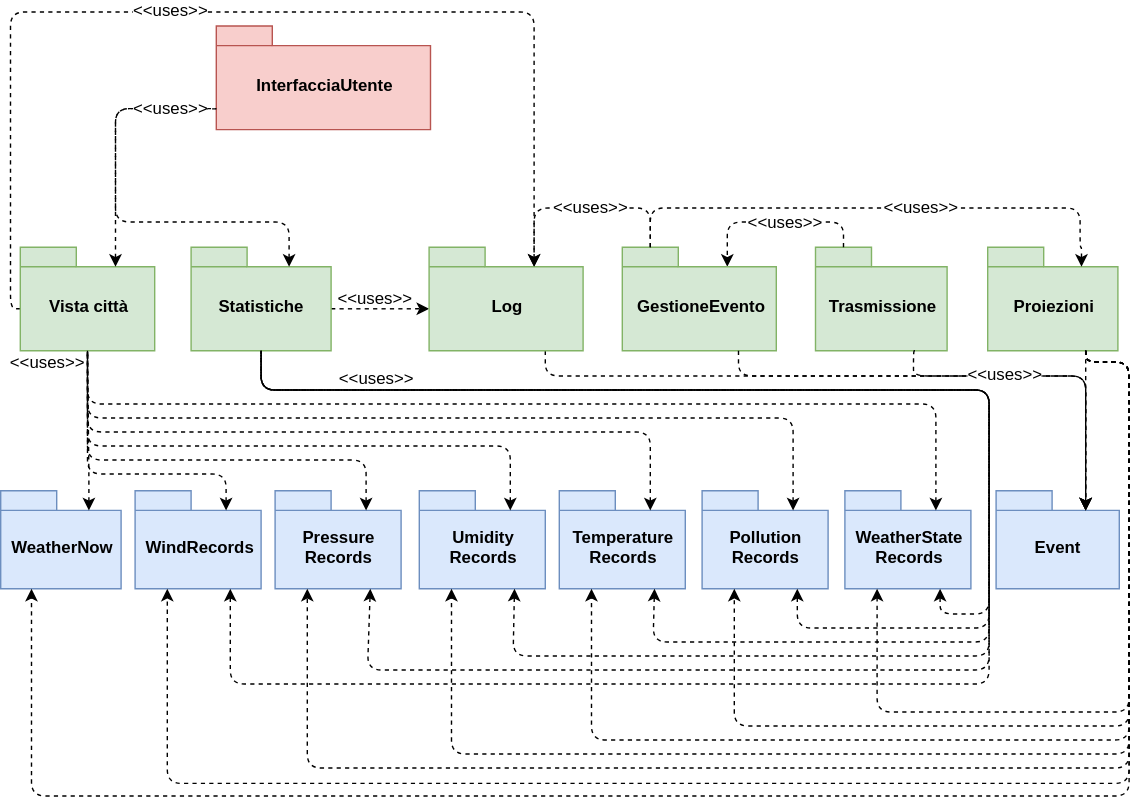
Earlier version of the draw.io export resources/StrutturaPackage.svg (Leaaaf/weatherment.io). Source tidied: cells renumbered, new cells last; positions are measured from the earlier drawing's top-left corner, leaving out a move shared by most shapes.
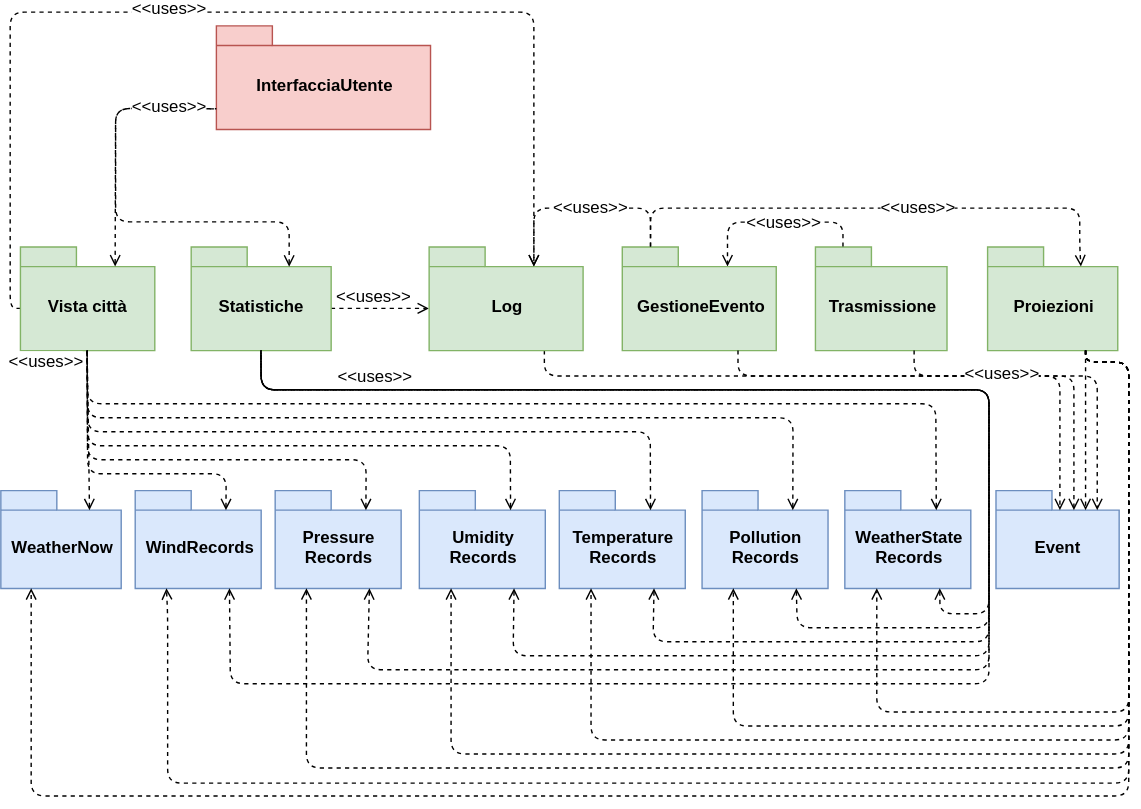
The same file after the commit.

What changed in the source:
```diff
@@ -4,3 +4,3 @@
     <mxCell id="1" parent="0" />
-    <mxCell id="2" style="edgeStyle=orthogonalEdgeStyle;rounded=1;jettySize=auto;html=1;exitX=0;exitY=0.595;exitDx=0;exitDy=0;exitPerimeter=0;entryX=0;entryY=0;entryDx=75;entryDy=14;entryPerimeter=0;dashed=1;startArrow=none;startFill=0;endArrow=classic;endFill=1;" parent="1" edge="1" source="3" target="21">
+    <mxCell id="2" style="edgeStyle=orthogonalEdgeStyle;rounded=1;jettySize=auto;html=1;exitX=0;exitY=0.595;exitDx=0;exitDy=0;exitPerimeter=0;entryX=0;entryY=0;entryDx=75;entryDy=14;entryPerimeter=0;dashed=1;startArrow=none;startFill=0;endArrow=open;endFill=0;" parent="1" edge="1" source="3" target="21">
       <mxGeometry relative="1" as="geometry">
@@ -16,3 +16,3 @@
     </mxCell>
-    <mxCell id="4" style="edgeStyle=orthogonalEdgeStyle;rounded=1;jettySize=auto;html=1;exitX=0;exitY=0;exitDx=100;exitDy=44;exitPerimeter=0;entryX=0;entryY=0;entryDx=0;entryDy=44;entryPerimeter=0;dashed=1;startArrow=none;startFill=0;endArrow=classic;endFill=1;" parent="1" edge="1" source="6" target="21">
+    <mxCell id="4" style="edgeStyle=orthogonalEdgeStyle;rounded=1;jettySize=auto;html=1;exitX=0;exitY=0;exitDx=100;exitDy=44;exitPerimeter=0;entryX=0;entryY=0;entryDx=0;entryDy=44;entryPerimeter=0;dashed=1;startArrow=none;startFill=0;endArrow=open;endFill=0;" parent="1" edge="1" source="6" target="21">
       <mxGeometry relative="1" as="geometry" />
@@ -57,3 +57,3 @@
     </mxCell>
-    <mxCell id="17" style="edgeStyle=orthogonalEdgeStyle;rounded=1;jettySize=auto;html=1;exitX=0;exitY=0;exitDx=20;exitDy=0;exitPerimeter=0;entryX=0;entryY=0;entryDx=75;entryDy=14;entryPerimeter=0;dashed=1;startArrow=none;startFill=0;endArrow=classic;endFill=1;" parent="1" edge="1" source="14" target="23">
+    <mxCell id="17" style="edgeStyle=orthogonalEdgeStyle;rounded=1;jettySize=auto;html=1;exitX=0;exitY=0;exitDx=20;exitDy=0;exitPerimeter=0;entryX=0;entryY=0;entryDx=75;entryDy=14;entryPerimeter=0;dashed=1;startArrow=none;startFill=0;endArrow=open;endFill=0;" parent="1" edge="1" source="14" target="23">
       <mxGeometry relative="1" as="geometry">
@@ -71,7 +71,9 @@
     </mxCell>
-    <mxCell id="20" style="edgeStyle=orthogonalEdgeStyle;rounded=1;jettySize=auto;html=1;exitX=0.75;exitY=1;exitDx=0;exitDy=0;exitPerimeter=0;entryX=0;entryY=0;entryDx=64;entryDy=14;entryPerimeter=0;dashed=1;startArrow=none;startFill=0;endArrow=classic;endFill=1;" parent="1" edge="1" source="21" target="15">
+    <mxCell id="20" style="edgeStyle=orthogonalEdgeStyle;rounded=1;jettySize=auto;html=1;exitX=0.75;exitY=1;exitDx=0;exitDy=0;exitPerimeter=0;dashed=1;startArrow=none;startFill=0;endArrow=open;endFill=0;" parent="1" edge="1" source="21">
       <mxGeometry relative="1" as="geometry">
+        <mxPoint x="757" y="356" as="targetPoint" />
         <Array as="points">
           <mxPoint x="389" y="260" />
-          <mxPoint x="775" y="260" />
+          <mxPoint x="757" y="260" />
+          <mxPoint x="757" y="356" />
         </Array>
@@ -82,3 +84,3 @@
     </mxCell>
-    <mxCell id="22" style="edgeStyle=orthogonalEdgeStyle;rounded=1;jettySize=auto;html=1;exitX=0.75;exitY=1;exitDx=0;exitDy=0;exitPerimeter=0;dashed=1;startArrow=none;startFill=0;endArrow=classic;endFill=1;entryX=0;entryY=0;entryDx=64;entryDy=14;entryPerimeter=0;" parent="1" edge="1" source="19" target="15">
+    <mxCell id="22" style="edgeStyle=orthogonalEdgeStyle;rounded=1;jettySize=auto;html=1;exitX=0.75;exitY=1;exitDx=0;exitDy=0;exitPerimeter=0;dashed=1;startArrow=none;startFill=0;endArrow=open;endFill=0;entryX=0;entryY=0;entryDx=64;entryDy=14;entryPerimeter=0;" parent="1" edge="1" source="19" target="15">
       <mxGeometry relative="1" as="geometry">
@@ -92,3 +94,3 @@
     </mxCell>
-    <mxCell id="24" style="endArrow=none;dashed=1;html=1;entryX=0.5;entryY=1;entryDx=0;entryDy=0;entryPerimeter=0;exitX=0;exitY=0;exitDx=63;exitDy=14;exitPerimeter=0;endFill=0;startArrow=classic;startFill=1;" parent="1" edge="1" source="7" target="3">
+    <mxCell id="24" style="endArrow=none;dashed=1;html=1;entryX=0.5;entryY=1;entryDx=0;entryDy=0;entryPerimeter=0;exitX=0;exitY=0;exitDx=63;exitDy=14;exitPerimeter=0;endFill=0;startArrow=open;startFill=0;" parent="1" edge="1" source="7" target="3">
       <mxGeometry relative="1" as="geometry">
@@ -99,3 +101,3 @@
     </mxCell>
-    <mxCell id="25" style="endArrow=none;dashed=1;html=1;entryX=0.5;entryY=1;entryDx=0;entryDy=0;entryPerimeter=0;exitX=0;exitY=0;exitDx=65;exitDy=14;exitPerimeter=0;endFill=0;startArrow=classic;startFill=1;" parent="1" edge="1" source="8" target="3">
+    <mxCell id="25" style="endArrow=none;dashed=1;html=1;entryX=0.5;entryY=1;entryDx=0;entryDy=0;entryPerimeter=0;exitX=0;exitY=0;exitDx=65;exitDy=14;exitPerimeter=0;endFill=0;startArrow=open;startFill=0;" parent="1" edge="1" source="8" target="3">
       <mxGeometry relative="1" as="geometry">
@@ -107,3 +109,3 @@
     </mxCell>
-    <mxCell id="26" style="endArrow=none;dashed=1;html=1;entryX=0.5;entryY=1;entryDx=0;entryDy=0;entryPerimeter=0;exitX=0;exitY=0;exitDx=65;exitDy=14;exitPerimeter=0;endFill=0;startArrow=classic;startFill=1;" parent="1" edge="1" source="9" target="3">
+    <mxCell id="26" style="endArrow=none;dashed=1;html=1;entryX=0.5;entryY=1;entryDx=0;entryDy=0;entryPerimeter=0;exitX=0;exitY=0;exitDx=65;exitDy=14;exitPerimeter=0;endFill=0;startArrow=open;startFill=0;" parent="1" edge="1" source="9" target="3">
       <mxGeometry relative="1" as="geometry">
@@ -115,3 +117,3 @@
     </mxCell>
-    <mxCell id="27" style="endArrow=none;dashed=1;html=1;entryX=0.5;entryY=1;entryDx=0;entryDy=0;entryPerimeter=0;exitX=0;exitY=0;exitDx=65;exitDy=14;exitPerimeter=0;endFill=0;startArrow=classic;startFill=1;" parent="1" edge="1" source="10" target="3">
+    <mxCell id="27" style="endArrow=none;dashed=1;html=1;entryX=0.5;entryY=1;entryDx=0;entryDy=0;entryPerimeter=0;exitX=0;exitY=0;exitDx=65;exitDy=14;exitPerimeter=0;endFill=0;startArrow=open;startFill=0;" parent="1" edge="1" source="10" target="3">
       <mxGeometry relative="1" as="geometry">
@@ -123,3 +125,3 @@
     </mxCell>
-    <mxCell id="28" style="endArrow=none;dashed=1;html=1;entryX=0.5;entryY=1;entryDx=0;entryDy=0;entryPerimeter=0;exitX=0;exitY=0;exitDx=65;exitDy=14;exitPerimeter=0;endFill=0;startArrow=classic;startFill=1;" parent="1" edge="1" source="11" target="3">
+    <mxCell id="28" style="endArrow=none;dashed=1;html=1;entryX=0.5;entryY=1;entryDx=0;entryDy=0;entryPerimeter=0;exitX=0;exitY=0;exitDx=65;exitDy=14;exitPerimeter=0;endFill=0;startArrow=open;startFill=0;" parent="1" edge="1" source="11" target="3">
       <mxGeometry relative="1" as="geometry">
@@ -131,3 +133,3 @@
     </mxCell>
-    <mxCell id="29" style="endArrow=none;dashed=1;html=1;entryX=0.5;entryY=1;entryDx=0;entryDy=0;entryPerimeter=0;exitX=0;exitY=0;exitDx=65;exitDy=14;exitPerimeter=0;endFill=0;startArrow=classic;startFill=1;" parent="1" edge="1" source="12" target="3">
+    <mxCell id="29" style="endArrow=none;dashed=1;html=1;entryX=0.5;entryY=1;entryDx=0;entryDy=0;entryPerimeter=0;exitX=0;exitY=0;exitDx=65;exitDy=14;exitPerimeter=0;endFill=0;startArrow=open;startFill=0;" parent="1" edge="1" source="12" target="3">
       <mxGeometry relative="1" as="geometry">
@@ -139,3 +141,3 @@
     </mxCell>
-    <mxCell id="30" style="endArrow=none;dashed=1;html=1;entryX=0.5;entryY=1;entryDx=0;entryDy=0;entryPerimeter=0;exitX=0;exitY=0;exitDx=65;exitDy=14;exitPerimeter=0;endFill=0;startArrow=classic;startFill=1;" parent="1" edge="1" source="13" target="3">
+    <mxCell id="30" style="endArrow=none;dashed=1;html=1;entryX=0.5;entryY=1;entryDx=0;entryDy=0;entryPerimeter=0;exitX=0;exitY=0;exitDx=65;exitDy=14;exitPerimeter=0;endFill=0;startArrow=open;startFill=0;" parent="1" edge="1" source="13" target="3">
       <mxGeometry relative="1" as="geometry">
@@ -147,3 +149,3 @@
     </mxCell>
-    <mxCell id="31" style="endArrow=none;dashed=1;html=1;entryX=0.5;entryY=1;entryDx=0;entryDy=0;entryPerimeter=0;endFill=0;startArrow=classic;startFill=1;exitX=0.75;exitY=1;exitDx=0;exitDy=0;exitPerimeter=0;" parent="1" edge="1" source="8" target="6">
+    <mxCell id="31" style="endArrow=none;dashed=1;html=1;entryX=0.5;entryY=1;entryDx=0;entryDy=0;entryPerimeter=0;endFill=0;startArrow=open;startFill=0;exitX=0.75;exitY=1;exitDx=0;exitDy=0;exitPerimeter=0;" parent="1" edge="1" source="8" target="6">
       <mxGeometry relative="1" as="geometry">
@@ -157,3 +159,3 @@
     </mxCell>
-    <mxCell id="32" style="endArrow=none;dashed=1;html=1;entryX=0.5;entryY=1;entryDx=0;entryDy=0;entryPerimeter=0;endFill=0;startArrow=classic;startFill=1;exitX=0.75;exitY=1;exitDx=0;exitDy=0;exitPerimeter=0;" parent="1" edge="1" source="9" target="6">
+    <mxCell id="32" style="endArrow=none;dashed=1;html=1;entryX=0.5;entryY=1;entryDx=0;entryDy=0;entryPerimeter=0;endFill=0;startArrow=open;startFill=0;exitX=0.75;exitY=1;exitDx=0;exitDy=0;exitPerimeter=0;" parent="1" edge="1" source="9" target="6">
       <mxGeometry relative="1" as="geometry">
@@ -167,3 +169,3 @@
     </mxCell>
-    <mxCell id="33" style="endArrow=none;dashed=1;html=1;entryX=0.5;entryY=1;entryDx=0;entryDy=0;entryPerimeter=0;endFill=0;startArrow=classic;startFill=1;exitX=0.75;exitY=1;exitDx=0;exitDy=0;exitPerimeter=0;" parent="1" edge="1" source="10" target="6">
+    <mxCell id="33" style="endArrow=none;dashed=1;html=1;entryX=0.5;entryY=1;entryDx=0;entryDy=0;entryPerimeter=0;endFill=0;startArrow=open;startFill=0;exitX=0.75;exitY=1;exitDx=0;exitDy=0;exitPerimeter=0;" parent="1" edge="1" source="10" target="6">
       <mxGeometry relative="1" as="geometry">
@@ -177,3 +179,3 @@
     </mxCell>
-    <mxCell id="34" style="endArrow=none;dashed=1;html=1;endFill=0;startArrow=classic;startFill=1;exitX=0.75;exitY=1;exitDx=0;exitDy=0;exitPerimeter=0;entryX=0.5;entryY=1;entryDx=0;entryDy=0;entryPerimeter=0;" parent="1" edge="1" source="11" target="6">
+    <mxCell id="34" style="endArrow=none;dashed=1;html=1;endFill=0;startArrow=open;startFill=0;exitX=0.75;exitY=1;exitDx=0;exitDy=0;exitPerimeter=0;entryX=0.5;entryY=1;entryDx=0;entryDy=0;entryPerimeter=0;" parent="1" edge="1" source="11" target="6">
       <mxGeometry relative="1" as="geometry">
@@ -187,3 +189,3 @@
     </mxCell>
-    <mxCell id="35" style="endArrow=none;dashed=1;html=1;endFill=0;startArrow=classic;startFill=1;exitX=0.75;exitY=1;exitDx=0;exitDy=0;exitPerimeter=0;entryX=0.5;entryY=1;entryDx=0;entryDy=0;entryPerimeter=0;" parent="1" edge="1" source="12" target="6">
+    <mxCell id="35" style="endArrow=none;dashed=1;html=1;endFill=0;startArrow=open;startFill=0;exitX=0.75;exitY=1;exitDx=0;exitDy=0;exitPerimeter=0;entryX=0.5;entryY=1;entryDx=0;entryDy=0;entryPerimeter=0;" parent="1" edge="1" source="12" target="6">
       <mxGeometry relative="1" as="geometry">
@@ -197,3 +199,3 @@
     </mxCell>
-    <mxCell id="36" style="endArrow=none;dashed=1;html=1;endFill=0;startArrow=classic;startFill=1;exitX=0.75;exitY=1;exitDx=0;exitDy=0;exitPerimeter=0;entryX=0.5;entryY=1;entryDx=0;entryDy=0;entryPerimeter=0;" parent="1" edge="1" source="13" target="6">
+    <mxCell id="36" style="endArrow=none;dashed=1;html=1;endFill=0;startArrow=open;startFill=0;exitX=0.75;exitY=1;exitDx=0;exitDy=0;exitPerimeter=0;entryX=0.5;entryY=1;entryDx=0;entryDy=0;entryPerimeter=0;" parent="1" edge="1" source="13" target="6">
       <mxGeometry relative="1" as="geometry">
@@ -207,3 +209,3 @@
     </mxCell>
-    <mxCell id="37" style="endArrow=none;html=1;dashed=1;entryX=0;entryY=0;entryDx=0;entryDy=59;entryPerimeter=0;exitX=0;exitY=0;exitDx=68;exitDy=14;exitPerimeter=0;endFill=0;startArrow=classic;startFill=1;" parent="1" edge="1" source="3" target="16">
+    <mxCell id="37" style="endArrow=none;html=1;dashed=1;entryX=0;entryY=0;entryDx=0;entryDy=59;entryPerimeter=0;exitX=0;exitY=0;exitDx=68;exitDy=14;exitPerimeter=0;endFill=0;startArrow=open;startFill=0;" parent="1" edge="1" source="3" target="16">
       <mxGeometry relative="1" as="geometry">
@@ -214,3 +216,3 @@
     </mxCell>
-    <mxCell id="38" style="endArrow=none;html=1;dashed=1;entryX=0;entryY=0;entryDx=0;entryDy=59;entryPerimeter=0;endFill=0;startArrow=classic;startFill=1;exitX=0;exitY=0;exitDx=70;exitDy=14;exitPerimeter=0;" parent="1" edge="1">
+    <mxCell id="38" style="endArrow=none;html=1;dashed=1;entryX=0;entryY=0;entryDx=0;entryDy=59;entryPerimeter=0;endFill=0;startArrow=open;startFill=0;exitX=0;exitY=0;exitDx=70;exitDy=14;exitPerimeter=0;" parent="1" edge="1">
       <mxGeometry relative="1" as="geometry">
@@ -245,3 +247,3 @@
     </mxCell>
-    <mxCell id="43" style="edgeStyle=orthogonalEdgeStyle;rounded=1;jettySize=auto;html=1;exitX=0.75;exitY=1;exitDx=0;exitDy=0;exitPerimeter=0;dashed=1;startArrow=none;startFill=0;endArrow=classic;endFill=1;entryX=0.25;entryY=1;entryDx=0;entryDy=0;entryPerimeter=0;" parent="1" edge="1" source="19" target="13">
+    <mxCell id="43" style="edgeStyle=orthogonalEdgeStyle;rounded=1;jettySize=auto;html=1;exitX=0.75;exitY=1;exitDx=0;exitDy=0;exitPerimeter=0;dashed=1;startArrow=none;startFill=0;endArrow=open;endFill=0;entryX=0.25;entryY=1;entryDx=0;entryDy=0;entryPerimeter=0;" parent="1" edge="1" source="19" target="13">
       <mxGeometry relative="1" as="geometry">
@@ -255,3 +257,3 @@
     </mxCell>
-    <mxCell id="44" style="edgeStyle=orthogonalEdgeStyle;rounded=1;jettySize=auto;html=1;exitX=0.75;exitY=1;exitDx=0;exitDy=0;exitPerimeter=0;dashed=1;startArrow=none;startFill=0;endArrow=classic;endFill=1;entryX=0.25;entryY=1;entryDx=0;entryDy=0;entryPerimeter=0;" parent="1" edge="1" source="19" target="12">
+    <mxCell id="44" style="edgeStyle=orthogonalEdgeStyle;rounded=1;jettySize=auto;html=1;exitX=0.75;exitY=1;exitDx=0;exitDy=0;exitPerimeter=0;dashed=1;startArrow=none;startFill=0;endArrow=open;endFill=0;entryX=0.25;entryY=1;entryDx=0;entryDy=0;entryPerimeter=0;" parent="1" edge="1" source="19" target="12">
       <mxGeometry relative="1" as="geometry">
@@ -265,3 +267,3 @@
     </mxCell>
-    <mxCell id="45" style="edgeStyle=orthogonalEdgeStyle;rounded=1;jettySize=auto;html=1;exitX=0.75;exitY=1;exitDx=0;exitDy=0;exitPerimeter=0;dashed=1;startArrow=none;startFill=0;endArrow=classic;endFill=1;entryX=0.25;entryY=1;entryDx=0;entryDy=0;entryPerimeter=0;" parent="1" edge="1" source="19" target="11">
+    <mxCell id="45" style="edgeStyle=orthogonalEdgeStyle;rounded=1;jettySize=auto;html=1;exitX=0.75;exitY=1;exitDx=0;exitDy=0;exitPerimeter=0;dashed=1;startArrow=none;startFill=0;endArrow=open;endFill=0;entryX=0.25;entryY=1;entryDx=0;entryDy=0;entryPerimeter=0;" parent="1" edge="1" source="19" target="11">
       <mxGeometry relative="1" as="geometry">
@@ -275,3 +277,3 @@
     </mxCell>
-    <mxCell id="46" style="edgeStyle=orthogonalEdgeStyle;rounded=1;jettySize=auto;html=1;exitX=0.75;exitY=1;exitDx=0;exitDy=0;exitPerimeter=0;dashed=1;startArrow=none;startFill=0;endArrow=classic;endFill=1;entryX=0.25;entryY=1;entryDx=0;entryDy=0;entryPerimeter=0;" parent="1" edge="1" source="19" target="10">
+    <mxCell id="46" style="edgeStyle=orthogonalEdgeStyle;rounded=1;jettySize=auto;html=1;exitX=0.75;exitY=1;exitDx=0;exitDy=0;exitPerimeter=0;dashed=1;startArrow=none;startFill=0;endArrow=open;endFill=0;entryX=0.25;entryY=1;entryDx=0;entryDy=0;entryPerimeter=0;" parent="1" edge="1" source="19" target="10">
       <mxGeometry relative="1" as="geometry">
@@ -285,3 +287,3 @@
     </mxCell>
-    <mxCell id="47" style="edgeStyle=orthogonalEdgeStyle;rounded=1;jettySize=auto;html=1;exitX=0.75;exitY=1;exitDx=0;exitDy=0;exitPerimeter=0;dashed=1;startArrow=none;startFill=0;endArrow=classic;endFill=1;entryX=0.25;entryY=1;entryDx=0;entryDy=0;entryPerimeter=0;" parent="1" edge="1" source="19" target="9">
+    <mxCell id="47" style="edgeStyle=orthogonalEdgeStyle;rounded=1;jettySize=auto;html=1;exitX=0.75;exitY=1;exitDx=0;exitDy=0;exitPerimeter=0;dashed=1;startArrow=none;startFill=0;endArrow=open;endFill=0;entryX=0.25;entryY=1;entryDx=0;entryDy=0;entryPerimeter=0;" parent="1" edge="1" source="19" target="9">
       <mxGeometry relative="1" as="geometry">
@@ -295,3 +297,3 @@
     </mxCell>
-    <mxCell id="48" style="edgeStyle=orthogonalEdgeStyle;rounded=1;jettySize=auto;html=1;exitX=0.75;exitY=1;exitDx=0;exitDy=0;exitPerimeter=0;dashed=1;startArrow=none;startFill=0;endArrow=classic;endFill=1;entryX=0.25;entryY=1;entryDx=0;entryDy=0;entryPerimeter=0;" parent="1" edge="1" source="19" target="7">
+    <mxCell id="48" style="edgeStyle=orthogonalEdgeStyle;rounded=1;jettySize=auto;html=1;exitX=0.75;exitY=1;exitDx=0;exitDy=0;exitPerimeter=0;dashed=1;startArrow=none;startFill=0;endArrow=open;endFill=0;entryX=0.25;entryY=1;entryDx=0;entryDy=0;entryPerimeter=0;" parent="1" edge="1" source="19" target="7">
       <mxGeometry relative="1" as="geometry">
@@ -305,3 +307,3 @@
     </mxCell>
-    <mxCell id="49" style="edgeStyle=orthogonalEdgeStyle;rounded=1;jettySize=auto;html=1;exitX=0.75;exitY=1;exitDx=0;exitDy=0;exitPerimeter=0;dashed=1;startArrow=none;startFill=0;endArrow=classic;endFill=1;entryX=0.25;entryY=1;entryDx=0;entryDy=0;entryPerimeter=0;" parent="1" edge="1" source="19" target="8">
+    <mxCell id="49" style="edgeStyle=orthogonalEdgeStyle;rounded=1;jettySize=auto;html=1;exitX=0.75;exitY=1;exitDx=0;exitDy=0;exitPerimeter=0;dashed=1;startArrow=none;startFill=0;endArrow=open;endFill=0;entryX=0.25;entryY=1;entryDx=0;entryDy=0;entryPerimeter=0;" parent="1" edge="1" source="19" target="8">
       <mxGeometry relative="1" as="geometry">
@@ -316,3 +318,3 @@
     </mxCell>
-    <mxCell id="50" style="edgeStyle=orthogonalEdgeStyle;rounded=1;jettySize=auto;html=1;exitX=0;exitY=0;exitDx=20;exitDy=0;exitPerimeter=0;dashed=1;startArrow=none;startFill=0;endArrow=classic;endFill=1;entryX=0;entryY=0;entryDx=66.5;entryDy=14;entryPerimeter=0;" parent="1" edge="1" source="23" target="19">
+    <mxCell id="50" style="edgeStyle=orthogonalEdgeStyle;rounded=1;jettySize=auto;html=1;exitX=0;exitY=0;exitDx=20;exitDy=0;exitPerimeter=0;dashed=1;startArrow=none;startFill=0;endArrow=open;endFill=0;entryX=0;entryY=0;entryDx=66.5;entryDy=14;entryPerimeter=0;" parent="1" edge="1" source="23" target="19">
       <mxGeometry relative="1" as="geometry">
@@ -330,3 +332,3 @@
     </mxCell>
-    <mxCell id="52" style="edgeStyle=orthogonalEdgeStyle;rounded=1;jettySize=auto;html=1;exitX=0;exitY=0;exitDx=20;exitDy=0;exitPerimeter=0;entryX=0;entryY=0;entryDx=75;entryDy=14;entryPerimeter=0;dashed=1;startArrow=none;startFill=0;endArrow=classic;endFill=1;" parent="1" edge="1" source="23" target="21">
+    <mxCell id="52" style="edgeStyle=orthogonalEdgeStyle;rounded=1;jettySize=auto;html=1;exitX=0;exitY=0;exitDx=20;exitDy=0;exitPerimeter=0;entryX=0;entryY=0;entryDx=75;entryDy=14;entryPerimeter=0;dashed=1;startArrow=none;startFill=0;endArrow=open;endFill=0;" parent="1" edge="1" source="23" target="21">
       <mxGeometry relative="1" as="geometry">
@@ -343,7 +345,8 @@
     </mxCell>
-    <mxCell id="54" style="edgeStyle=orthogonalEdgeStyle;rounded=1;jettySize=auto;html=1;exitX=0.75;exitY=1;exitDx=0;exitDy=0;exitPerimeter=0;entryX=0;entryY=0;entryDx=64;entryDy=14;entryPerimeter=0;dashed=1;startArrow=none;startFill=0;endArrow=classic;endFill=1;" parent="1" edge="1" source="23" target="15">
+    <mxCell id="54" style="edgeStyle=orthogonalEdgeStyle;rounded=1;jettySize=auto;html=1;exitX=0.75;exitY=1;exitDx=0;exitDy=0;exitPerimeter=0;dashed=1;startArrow=none;startFill=0;endArrow=open;endFill=0;" parent="1" edge="1" source="23">
       <mxGeometry relative="1" as="geometry">
+        <mxPoint x="783" y="356" as="targetPoint" />
         <Array as="points">
           <mxPoint x="527" y="260" />
-          <mxPoint x="775" y="260" />
+          <mxPoint x="783" y="260" />
         </Array>
@@ -351,7 +354,10 @@
     </mxCell>
-    <mxCell id="55" style="edgeStyle=orthogonalEdgeStyle;rounded=1;jettySize=auto;html=1;exitX=0.75;exitY=1;exitDx=0;exitDy=0;exitPerimeter=0;entryX=0;entryY=0;entryDx=64;entryDy=14;entryPerimeter=0;dashed=1;startArrow=none;startFill=0;endArrow=classic;endFill=1;" parent="1" edge="1" source="14" target="15">
+    <mxCell id="55" style="edgeStyle=orthogonalEdgeStyle;rounded=1;jettySize=auto;html=1;exitX=0.75;exitY=1;exitDx=0;exitDy=0;exitPerimeter=0;dashed=1;startArrow=none;startFill=0;endArrow=open;endFill=0;" parent="1" edge="1" source="14">
       <mxGeometry relative="1" as="geometry">
+        <mxPoint x="767" y="356" as="targetPoint" />
         <Array as="points">
+          <mxPoint x="652" y="242" />
           <mxPoint x="652" y="260" />
-          <mxPoint x="775" y="260" />
+          <mxPoint x="767" y="260" />
+          <mxPoint x="767" y="356" />
         </Array>
```
